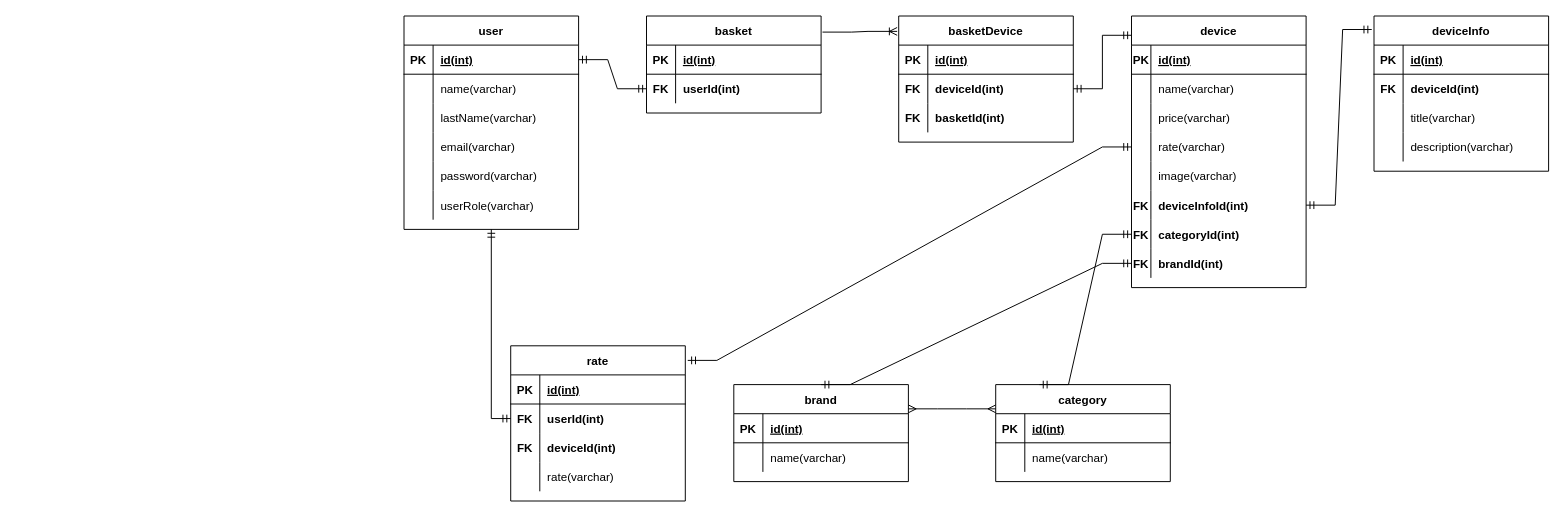
This is Lab1/Lab1.drawio from Freasylol/MDiSUBD, a draw.io file, before an edit. Source tidied: cells renumbered, new cells numbered last; positions are measured from the earlier drawing's top-left corner, leaving out a move shared by most shapes. Both pictures are drawn from the tidied source at 97%, with x=0, y=0 at pixel (404, 16).
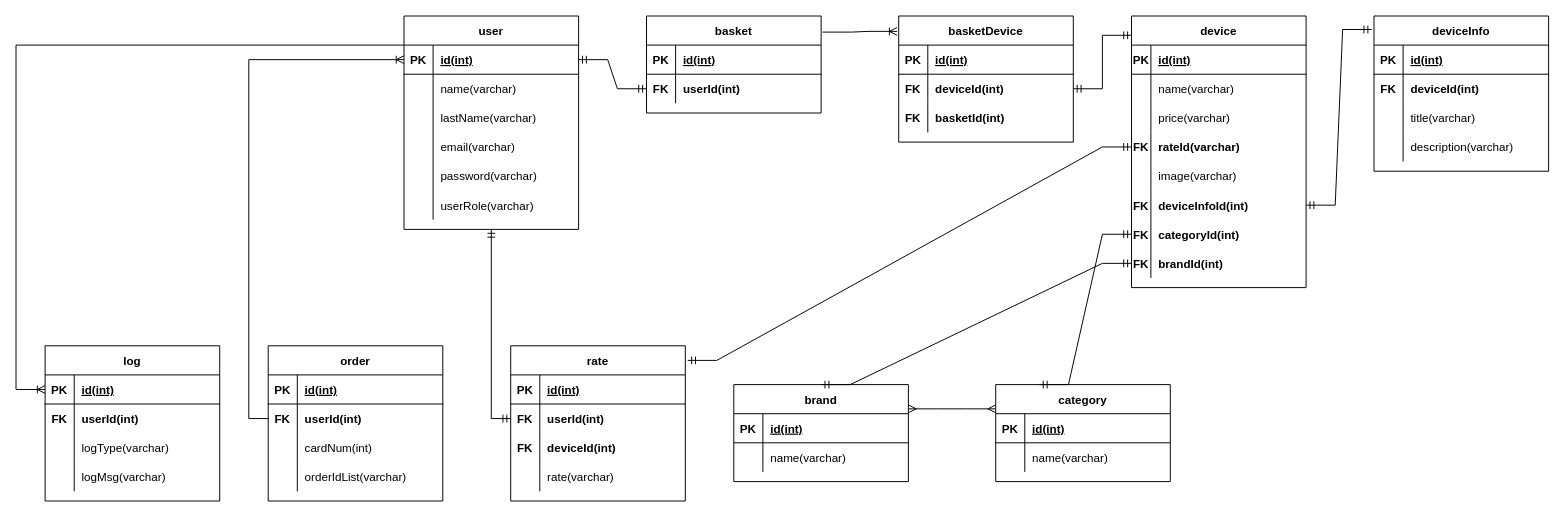
The same page after the edit.

Unchanged cells that the change refers to:
```xml
<mxCell id="3" style="shape=tableRow;horizontal=0;startSize=0;swimlaneHead=0;swimlaneBody=0;fillColor=none;points=[[0,0.5],[1,0.5]];portConstraint=eastwest;top=0;left=0;right=0;bottom=1;" parent="2" vertex="1">
  <mxGeometry y="30" width="180" height="30" as="geometry" />
</mxCell>
<mxCell id="50" style="shape=tableRow;horizontal=0;startSize=0;swimlaneHead=0;swimlaneBody=0;fillColor=none;points=[[0,0.5],[1,0.5]];portConstraint=eastwest;top=0;left=0;right=0;bottom=0;" parent="40" vertex="1">
  <mxGeometry y="120" width="180" height="30" as="geometry" />
</mxCell>
```

The edit, as a diff of the source:
```diff
@@
-    <mxCell id="51" style="shape=partialRectangle;fillColor=none;top=0;left=0;bottom=0;right=0;overflow=hidden;" parent="50" vertex="1">
+    <mxCell id="51" value="FK" style="shape=partialRectangle;fillColor=none;top=0;left=0;bottom=0;right=0;overflow=hidden;fontStyle=1;" parent="50" vertex="1">
       <mxGeometry width="20" height="30" as="geometry" />
     </mxCell>
-    <mxCell id="52" value="rate(varchar)" style="shape=partialRectangle;fillColor=none;top=0;left=0;bottom=0;right=0;align=left;spacingLeft=6;overflow=hidden;" parent="50" vertex="1">
+    <mxCell id="52" value="rateId(varchar)" style="shape=partialRectangle;fillColor=none;top=0;left=0;bottom=0;right=0;align=left;spacingLeft=6;overflow=hidden;fontStyle=1;" parent="50" vertex="1">
       <mxGeometry x="20" width="160" height="30" as="geometry" />
     </mxCell>
@@
+    <mxCell id="112" value="order" style="shape=table;startSize=30;childLayout=tableLayout;rowLines=0;fontStyle=1;align=center;" parent="1" vertex="1">
+      <mxGeometry x="-140" y="340" width="180" height="160" as="geometry" />
+    </mxCell>
+    <mxCell id="113" style="shape=tableRow;horizontal=0;startSize=0;swimlaneHead=0;swimlaneBody=0;fillColor=none;top=0;left=0;right=0;bottom=1;" parent="112" vertex="1">
+      <mxGeometry y="30" width="180" height="30" as="geometry" />
+    </mxCell>
+    <mxCell id="114" value="PK" style="shape=partialRectangle;fillColor=none;top=0;left=0;bottom=0;right=0;fontStyle=1;overflow=hidden;" parent="113" vertex="1">
+      <mxGeometry width="30" height="30" as="geometry" />
+    </mxCell>
+    <mxCell id="115" value="id(int)" style="shape=partialRectangle;fillColor=none;top=0;left=0;bottom=0;right=0;align=left;spacingLeft=6;fontStyle=5;overflow=hidden;" parent="113" vertex="1">
+      <mxGeometry x="30" width="150" height="30" as="geometry" />
+    </mxCell>
+    <mxCell id="116" style="shape=tableRow;horizontal=0;startSize=0;swimlaneHead=0;swimlaneBody=0;fillColor=none;points=[[0,0.5],[1,0.5]];portConstraint=eastwest;top=0;left=0;right=0;bottom=0;" parent="112" vertex="1">
+      <mxGeometry y="60" width="180" height="30" as="geometry" />
+    </mxCell>
+    <mxCell id="117" value="FK" style="shape=partialRectangle;fillColor=none;top=0;left=0;bottom=0;right=0;overflow=hidden;fontStyle=1;" parent="116" vertex="1">
+      <mxGeometry width="30" height="30" as="geometry" />
+    </mxCell>
+    <mxCell id="118" value="userId(int)" style="shape=partialRectangle;fillColor=none;top=0;left=0;bottom=0;right=0;align=left;spacingLeft=6;overflow=hidden;fontStyle=1;" parent="116" vertex="1">
+      <mxGeometry x="30" width="150" height="30" as="geometry" />
+    </mxCell>
+    <mxCell id="119" style="shape=tableRow;horizontal=0;startSize=0;swimlaneHead=0;swimlaneBody=0;fillColor=none;top=0;left=0;right=0;bottom=0;" parent="112" vertex="1">
+      <mxGeometry y="90" width="180" height="30" as="geometry" />
+    </mxCell>
+    <mxCell id="120" style="shape=partialRectangle;fillColor=none;top=0;left=0;bottom=0;right=0;overflow=hidden;" parent="119" vertex="1">
+      <mxGeometry width="30" height="30" as="geometry" />
+    </mxCell>
+    <mxCell id="121" value="cardNum(int)" style="shape=partialRectangle;fillColor=none;top=0;left=0;bottom=0;right=0;align=left;spacingLeft=6;overflow=hidden;" parent="119" vertex="1">
+      <mxGeometry x="30" width="150" height="30" as="geometry" />
+    </mxCell>
+    <mxCell id="122" style="shape=tableRow;horizontal=0;startSize=0;swimlaneHead=0;swimlaneBody=0;fillColor=none;top=0;left=0;right=0;bottom=0;" parent="112" vertex="1">
+      <mxGeometry y="120" width="180" height="30" as="geometry" />
+    </mxCell>
+    <mxCell id="123" style="shape=partialRectangle;fillColor=none;top=0;left=0;bottom=0;right=0;overflow=hidden;" parent="122" vertex="1">
+      <mxGeometry width="30" height="30" as="geometry" />
+    </mxCell>
+    <mxCell id="124" value="orderIdList(varchar)" style="shape=partialRectangle;fillColor=none;top=0;left=0;bottom=0;right=0;align=left;spacingLeft=6;overflow=hidden;" parent="122" vertex="1">
+      <mxGeometry x="30" width="150" height="30" as="geometry" />
+    </mxCell>
+    <mxCell id="125" value="log" style="shape=table;startSize=30;childLayout=tableLayout;rowLines=0;fontStyle=1;align=center;" parent="1" vertex="1">
+      <mxGeometry x="-370" y="340" width="180" height="160" as="geometry" />
+    </mxCell>
+    <mxCell id="126" style="shape=tableRow;horizontal=0;startSize=0;swimlaneHead=0;swimlaneBody=0;fillColor=none;points=[[0,0.5],[1,0.5]];portConstraint=eastwest;top=0;left=0;right=0;bottom=1;" parent="125" vertex="1">
+      <mxGeometry y="30" width="180" height="30" as="geometry" />
+    </mxCell>
+    <mxCell id="127" value="PK" style="shape=partialRectangle;fillColor=none;top=0;left=0;bottom=0;right=0;fontStyle=1;overflow=hidden;" parent="126" vertex="1">
+      <mxGeometry width="30" height="30" as="geometry" />
+    </mxCell>
+    <mxCell id="128" value="id(int)" style="shape=partialRectangle;fillColor=none;top=0;left=0;bottom=0;right=0;align=left;spacingLeft=6;fontStyle=5;overflow=hidden;" parent="126" vertex="1">
+      <mxGeometry x="30" width="150" height="30" as="geometry" />
+    </mxCell>
+    <mxCell id="129" style="shape=tableRow;horizontal=0;startSize=0;swimlaneHead=0;swimlaneBody=0;fillColor=none;top=0;left=0;right=0;bottom=0;" parent="125" vertex="1">
+      <mxGeometry y="60" width="180" height="30" as="geometry" />
+    </mxCell>
+    <mxCell id="130" value="FK" style="shape=partialRectangle;fillColor=none;top=0;left=0;bottom=0;right=0;overflow=hidden;fontStyle=1;" parent="129" vertex="1">
+      <mxGeometry width="30" height="30" as="geometry" />
+    </mxCell>
+    <mxCell id="131" value="userId(int)" style="shape=partialRectangle;fillColor=none;top=0;left=0;bottom=0;right=0;align=left;spacingLeft=6;overflow=hidden;fontStyle=1;" parent="129" vertex="1">
+      <mxGeometry x="30" width="150" height="30" as="geometry" />
+    </mxCell>
+    <mxCell id="132" style="shape=tableRow;horizontal=0;startSize=0;swimlaneHead=0;swimlaneBody=0;fillColor=none;top=0;left=0;right=0;bottom=0;" parent="125" vertex="1">
+      <mxGeometry y="90" width="180" height="30" as="geometry" />
+    </mxCell>
+    <mxCell id="133" style="shape=partialRectangle;fillColor=none;top=0;left=0;bottom=0;right=0;overflow=hidden;" parent="132" vertex="1">
+      <mxGeometry width="30" height="30" as="geometry" />
+    </mxCell>
+    <mxCell id="134" value="logType(varchar)" style="shape=partialRectangle;fillColor=none;top=0;left=0;bottom=0;right=0;align=left;spacingLeft=6;overflow=hidden;" parent="132" vertex="1">
+      <mxGeometry x="30" width="150" height="30" as="geometry" />
+    </mxCell>
+    <mxCell id="135" style="shape=tableRow;horizontal=0;startSize=0;swimlaneHead=0;swimlaneBody=0;fillColor=none;top=0;left=0;right=0;bottom=0;" parent="125" vertex="1">
+      <mxGeometry y="120" width="180" height="30" as="geometry" />
+    </mxCell>
+    <mxCell id="136" style="shape=partialRectangle;fillColor=none;top=0;left=0;bottom=0;right=0;overflow=hidden;" parent="135" vertex="1">
+      <mxGeometry width="30" height="30" as="geometry" />
+    </mxCell>
+    <mxCell id="137" value="logMsg(varchar)" style="shape=partialRectangle;fillColor=none;top=0;left=0;bottom=0;right=0;align=left;spacingLeft=6;overflow=hidden;" parent="135" vertex="1">
+      <mxGeometry x="30" width="150" height="30" as="geometry" />
+    </mxCell>
+    <mxCell id="138" style="edgeStyle=orthogonalEdgeStyle;fontSize=12;html=1;endArrow=ERoneToMany;rounded=0;verticalAlign=middle;align=center;exitX=0;exitY=0.5;exitDx=0;exitDy=0;entryX=0;entryY=0.5;entryDx=0;entryDy=0;" parent="1" edge="1" source="116" target="3">
+      <mxGeometry relative="1" as="geometry">
+        <Array as="points">
+          <mxPoint x="-160" y="415" />
+          <mxPoint x="-160" y="45" />
+        </Array>
+      </mxGeometry>
+    </mxCell>
+    <mxCell id="139" style="edgeStyle=orthogonalEdgeStyle;fontSize=12;html=1;endArrow=ERoneToMany;rounded=0;entryX=0;entryY=0.5;entryDx=0;entryDy=0;exitX=0;exitY=0;exitDx=0;exitDy=0;exitPerimeter=0;" parent="1" edge="1" source="3" target="126">
+      <mxGeometry relative="1" as="geometry">
+        <Array as="points">
+          <mxPoint x="-400" y="30" />
+          <mxPoint x="-400" y="385" />
+        </Array>
+      </mxGeometry>
+    </mxCell>
```
